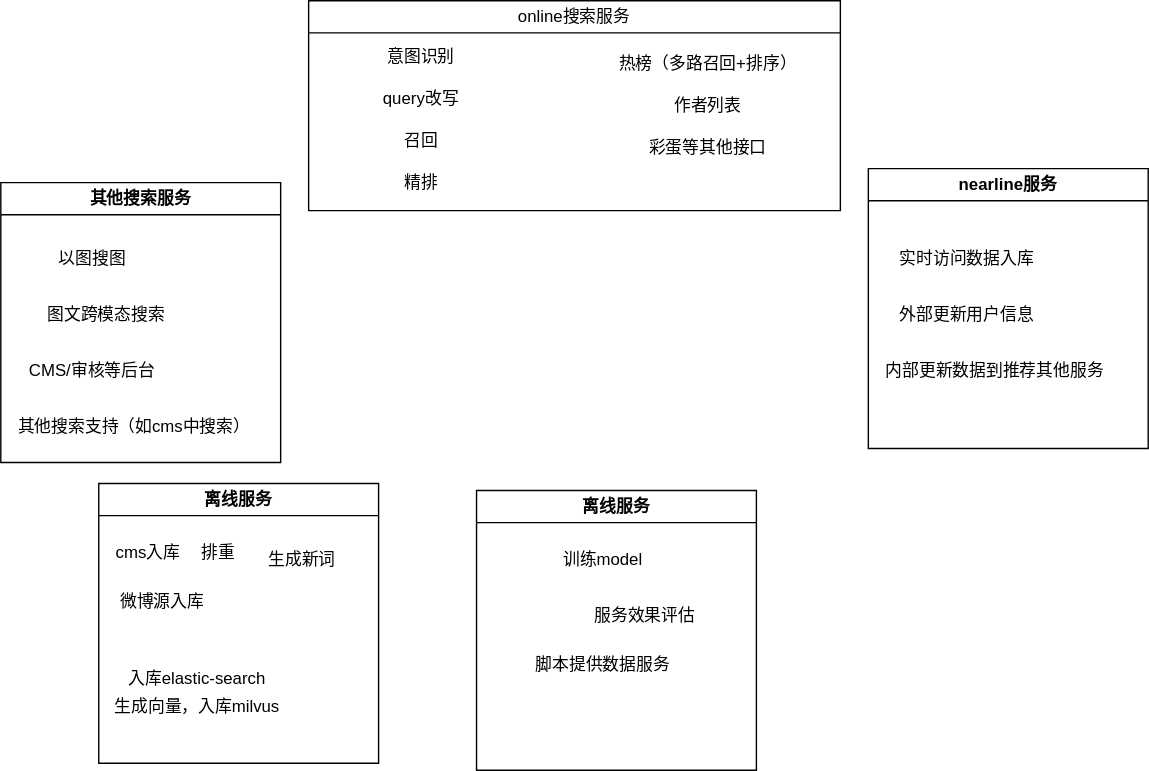
Earlier version of the draw.io export draws/search_diagram.drawio.svg (neoxue/simple-tools). Source tidied: cells renumbered, new cells last; positions are measured from the earlier drawing's top-left corner, leaving out a move shared by most shapes. Its diagram source:
```xml
<mxGraphModel>
  <root>
    <mxCell id="0" />
    <mxCell id="1" parent="0" />
    <mxCell id="2" value="&lt;div style=&quot;text-align: left;&quot;&gt;&lt;span style=&quot;font-weight: 400;&quot;&gt;online搜索服务&lt;/span&gt;&lt;/div&gt;" style="swimlane;whiteSpace=wrap;html=1;" parent="1" vertex="1">
      <mxGeometry x="220" width="380" height="150" as="geometry" />
    </mxCell>
    <mxCell id="3" value="&lt;div style=&quot;text-align: left;&quot;&gt;&lt;span style=&quot;background-color: initial;&quot;&gt;query改写&lt;/span&gt;&lt;/div&gt;" style="text;html=1;align=center;verticalAlign=middle;strokeColor=none;fillColor=none;" parent="2" vertex="1">
      <mxGeometry x="40" y="55" width="80" height="30" as="geometry" />
    </mxCell>
    <mxCell id="4" value="&lt;div style=&quot;text-align: left;&quot;&gt;召回&lt;/div&gt;" style="text;html=1;align=center;verticalAlign=middle;strokeColor=none;fillColor=none;" parent="2" vertex="1">
      <mxGeometry x="55" y="85" width="50" height="30" as="geometry" />
    </mxCell>
    <mxCell id="5" value="&lt;div style=&quot;text-align: left;&quot;&gt;&lt;span style=&quot;background-color: initial;&quot;&gt;精排&lt;/span&gt;&lt;/div&gt;" style="text;html=1;align=center;verticalAlign=middle;strokeColor=none;fillColor=none;" parent="2" vertex="1">
      <mxGeometry x="55" y="115" width="50" height="30" as="geometry" />
    </mxCell>
    <mxCell id="6" value="&lt;span style=&quot;text-align: left;&quot;&gt;意图识别&lt;/span&gt;" style="text;html=1;align=center;verticalAlign=middle;strokeColor=none;fillColor=none;" parent="2" vertex="1">
      <mxGeometry x="45" y="25" width="70" height="30" as="geometry" />
    </mxCell>
    <mxCell id="7" value="&lt;span style=&quot;text-align: left;&quot;&gt;热榜（多路召回+排序）&lt;/span&gt;" style="text;html=1;align=center;verticalAlign=middle;strokeColor=none;fillColor=none;" parent="2" vertex="1">
      <mxGeometry x="210" y="30" width="150" height="30" as="geometry" />
    </mxCell>
    <mxCell id="8" value="作者列表" style="text;html=1;align=center;verticalAlign=middle;strokeColor=none;fillColor=none;" parent="2" vertex="1">
      <mxGeometry x="250" y="60" width="70" height="30" as="geometry" />
    </mxCell>
    <mxCell id="9" value="彩蛋等其他接口" style="text;html=1;align=center;verticalAlign=middle;strokeColor=none;fillColor=none;" parent="2" vertex="1">
      <mxGeometry x="230" y="90" width="110" height="30" as="geometry" />
    </mxCell>
    <mxCell id="10" value="离线服务" style="swimlane;whiteSpace=wrap;html=1;" parent="1" vertex="1">
      <mxGeometry x="70" y="345" width="200" height="200" as="geometry" />
    </mxCell>
    <mxCell id="11" value="排重" style="text;html=1;align=center;verticalAlign=middle;strokeColor=none;fillColor=none;" parent="10" vertex="1">
      <mxGeometry x="60" y="35" width="50" height="30" as="geometry" />
    </mxCell>
    <mxCell id="12" value="生成新词" style="text;html=1;align=center;verticalAlign=middle;strokeColor=none;fillColor=none;" parent="10" vertex="1">
      <mxGeometry x="110" y="40" width="70" height="30" as="geometry" />
    </mxCell>
    <mxCell id="13" value="生成向量，入库milvus" style="text;html=1;align=center;verticalAlign=middle;strokeColor=none;fillColor=none;" parent="10" vertex="1">
      <mxGeometry y="145" width="140" height="30" as="geometry" />
    </mxCell>
    <mxCell id="14" value="cms入库" style="text;html=1;align=center;verticalAlign=middle;strokeColor=none;fillColor=none;" parent="10" vertex="1">
      <mxGeometry y="35" width="70" height="30" as="geometry" />
    </mxCell>
    <mxCell id="15" value="微博源入库" style="text;html=1;align=center;verticalAlign=middle;strokeColor=none;fillColor=none;" parent="10" vertex="1">
      <mxGeometry x="5" y="70" width="80" height="30" as="geometry" />
    </mxCell>
    <mxCell id="16" value="入库elastic-search" style="text;html=1;align=center;verticalAlign=middle;strokeColor=none;fillColor=none;" parent="10" vertex="1">
      <mxGeometry x="10" y="125" width="120" height="30" as="geometry" />
    </mxCell>
    <mxCell id="17" value="离线服务" style="swimlane;whiteSpace=wrap;html=1;" parent="1" vertex="1">
      <mxGeometry x="340" y="350" width="200" height="200" as="geometry" />
    </mxCell>
    <mxCell id="18" value="脚本提供数据服务" style="text;html=1;align=center;verticalAlign=middle;strokeColor=none;fillColor=none;" parent="17" vertex="1">
      <mxGeometry x="30" y="110" width="120" height="30" as="geometry" />
    </mxCell>
    <mxCell id="19" value="nearline服务" style="swimlane;whiteSpace=wrap;html=1;" parent="1" vertex="1">
      <mxGeometry x="620" y="120" width="200" height="200" as="geometry" />
    </mxCell>
    <mxCell id="20" value="实时访问数据入库" style="text;html=1;align=center;verticalAlign=middle;strokeColor=none;fillColor=none;" parent="19" vertex="1">
      <mxGeometry x="10" y="50" width="120" height="30" as="geometry" />
    </mxCell>
    <mxCell id="21" value="外部更新用户信息" style="text;html=1;align=center;verticalAlign=middle;strokeColor=none;fillColor=none;" parent="19" vertex="1">
      <mxGeometry x="10" y="90" width="120" height="30" as="geometry" />
    </mxCell>
    <mxCell id="22" value="内部更新数据到推荐其他服务" style="text;html=1;align=center;verticalAlign=middle;strokeColor=none;fillColor=none;" parent="19" vertex="1">
      <mxGeometry y="130" width="180" height="30" as="geometry" />
    </mxCell>
    <mxCell id="23" value="其他搜索服务" style="swimlane;whiteSpace=wrap;html=1;" parent="1" vertex="1">
      <mxGeometry y="130" width="200" height="200" as="geometry" />
    </mxCell>
    <mxCell id="24" value="图文跨模态搜索" style="text;html=1;align=center;verticalAlign=middle;strokeColor=none;fillColor=none;" parent="23" vertex="1">
      <mxGeometry x="20" y="80" width="110" height="30" as="geometry" />
    </mxCell>
    <mxCell id="25" value="以图搜图" style="text;html=1;align=center;verticalAlign=middle;strokeColor=none;fillColor=none;" parent="23" vertex="1">
      <mxGeometry x="30" y="40" width="70" height="30" as="geometry" />
    </mxCell>
    <mxCell id="26" value="其他搜索支持（如cms中搜索）" style="text;html=1;align=center;verticalAlign=middle;strokeColor=none;fillColor=none;" parent="23" vertex="1">
      <mxGeometry y="160" width="190" height="30" as="geometry" />
    </mxCell>
    <mxCell id="27" value="CMS/审核等后台" style="text;html=1;align=center;verticalAlign=middle;strokeColor=none;fillColor=none;" parent="23" vertex="1">
      <mxGeometry x="10" y="120" width="110" height="30" as="geometry" />
    </mxCell>
    <mxCell id="28" value="训练model" style="text;html=1;align=center;verticalAlign=middle;strokeColor=none;fillColor=none;" parent="1" vertex="1">
      <mxGeometry x="390" y="385" width="80" height="30" as="geometry" />
    </mxCell>
    <mxCell id="29" value="服务效果评估" style="text;html=1;align=center;verticalAlign=middle;strokeColor=none;fillColor=none;" parent="1" vertex="1">
      <mxGeometry x="410" y="425" width="100" height="30" as="geometry" />
    </mxCell>
  </root>
</mxGraphModel>
```
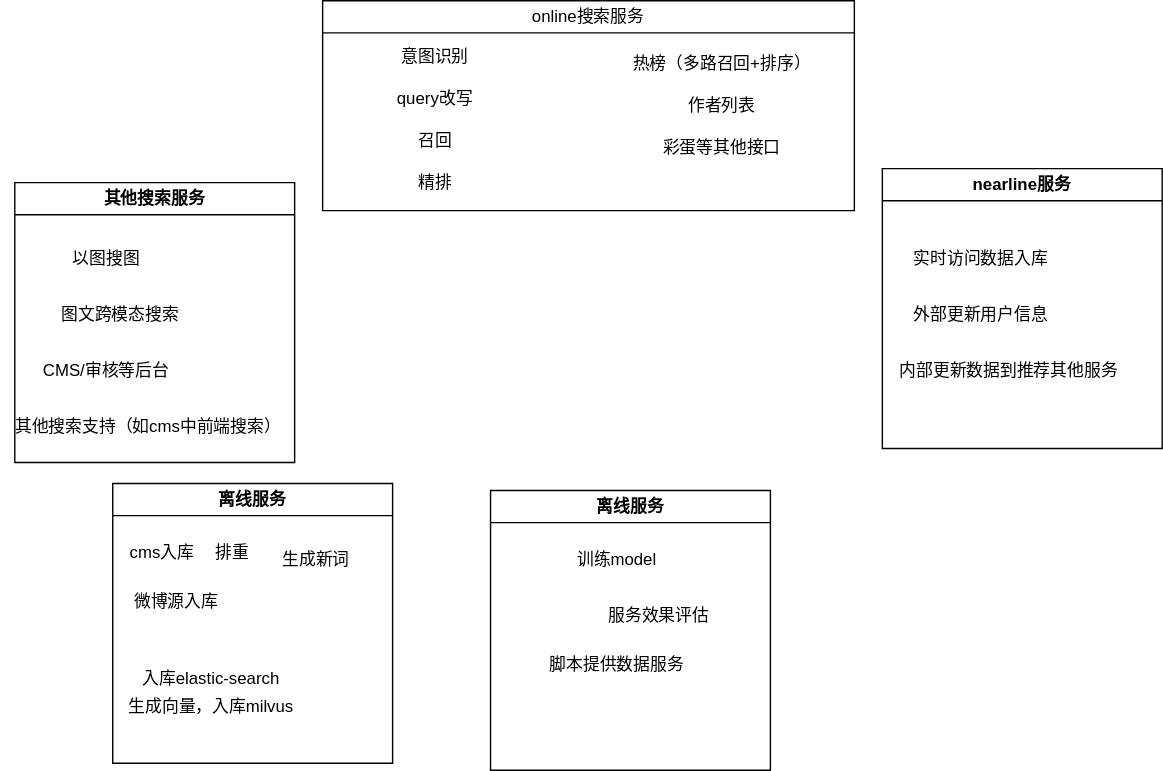
The same file after the commit.

The edit, as a diff of the source:
```diff
@@ -74,8 +74,8 @@
     <mxCell id="25" value="以图搜图" style="text;html=1;align=center;verticalAlign=middle;strokeColor=none;fillColor=none;" parent="23" vertex="1">
       <mxGeometry x="30" y="40" width="70" height="30" as="geometry" />
     </mxCell>
-    <mxCell id="26" value="其他搜索支持（如cms中搜索）" style="text;html=1;align=center;verticalAlign=middle;strokeColor=none;fillColor=none;" parent="23" vertex="1">
-      <mxGeometry y="160" width="190" height="30" as="geometry" />
+    <mxCell id="26" value="其他搜索支持（如cms中前端搜索）" style="text;html=1;align=center;verticalAlign=middle;strokeColor=none;fillColor=none;" parent="23" vertex="1">
+      <mxGeometry x="-10" y="160" width="210" height="30" as="geometry" />
     </mxCell>
     <mxCell id="27" value="CMS/审核等后台" style="text;html=1;align=center;verticalAlign=middle;strokeColor=none;fillColor=none;" parent="23" vertex="1">
       <mxGeometry x="10" y="120" width="110" height="30" as="geometry" />
```
